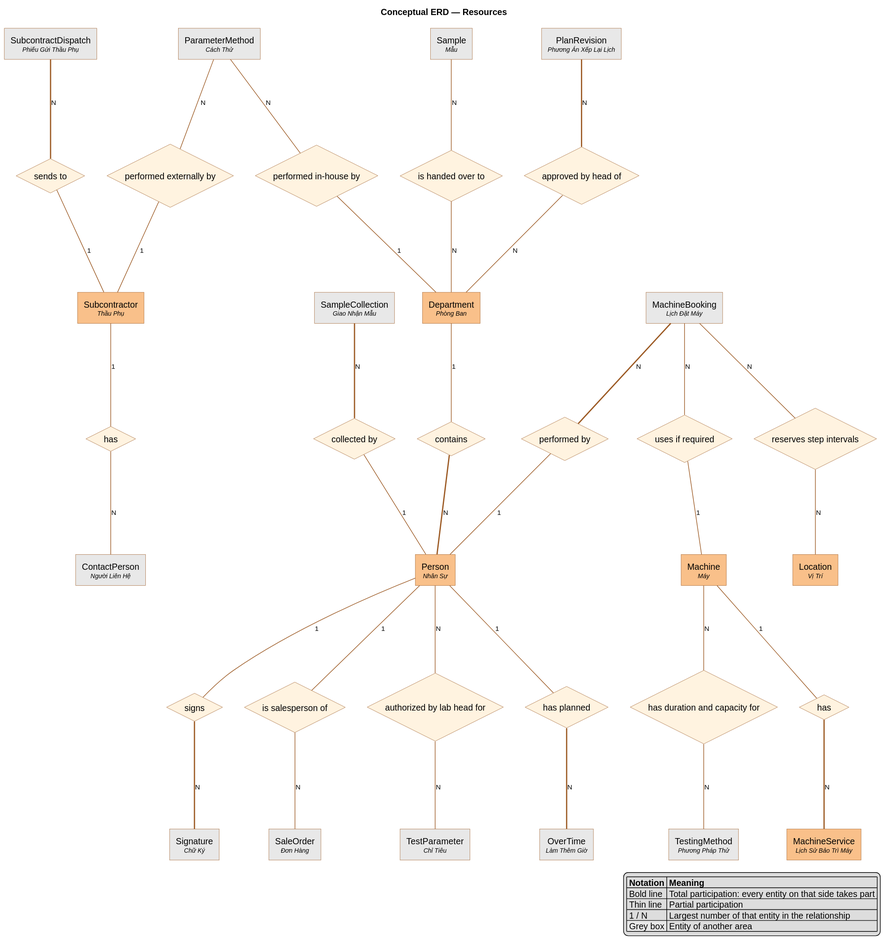
This is docs/reports/erd-diagram/conceptual-resources.svg from SoltuneMontepre/medilab, a PlantUML export, as it was before one commit.
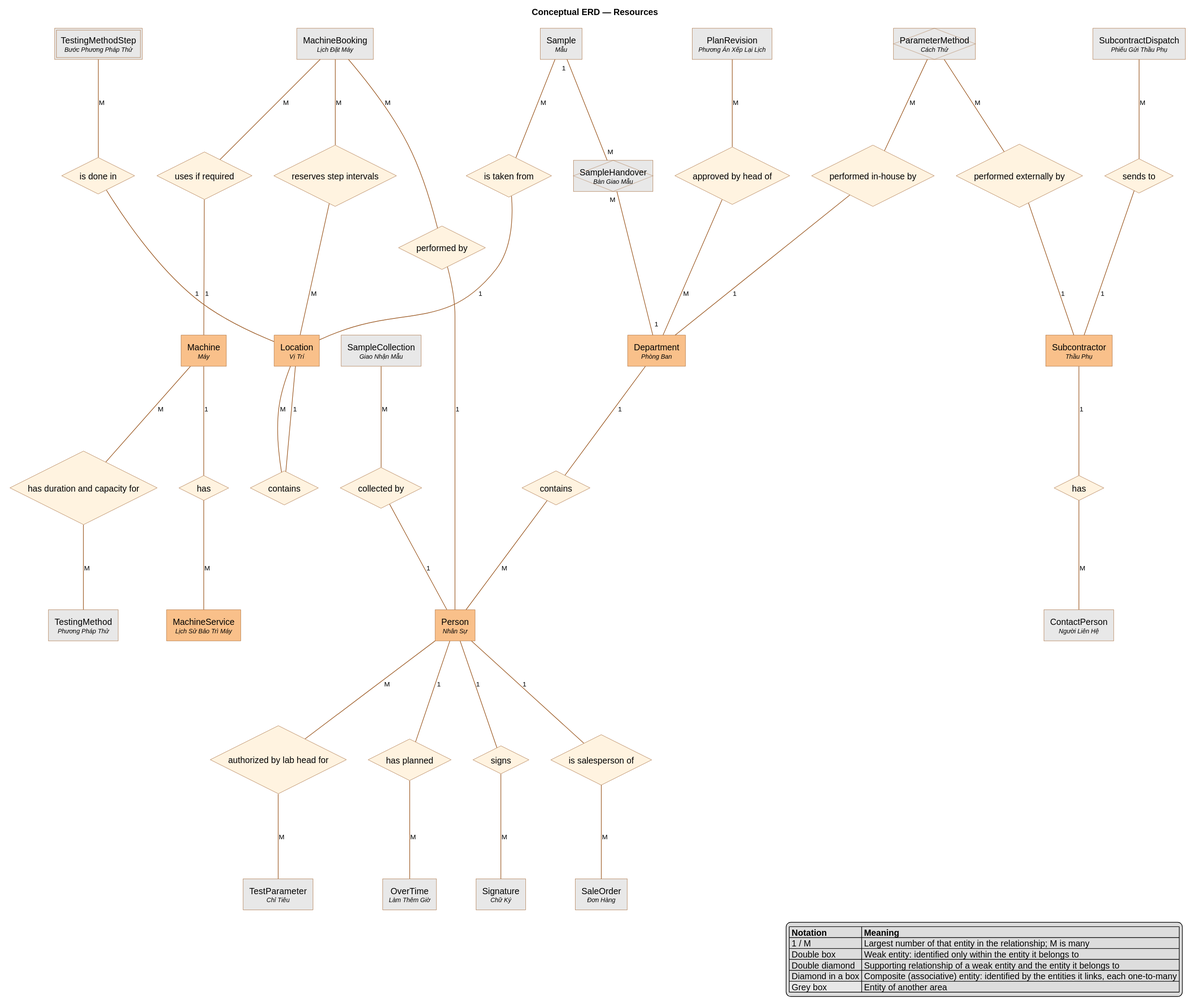
The same file after the commit.

The edit, as a diff of the source:
```diff
@@ -11,109 +11,124 @@
 }
 entity "TestingMethod\n<size:10><i>Phương Pháp Thử</i></size>" as E3 <<ext>> {
 }
-entity "Department\n<size:10><i>Phòng Ban</i></size>" as E4 {
+entity "TestingMethodStep\n<size:10><i>Bước Phương Pháp Thử</i></size>" as E4 <<weak>> <<ext>> {
 }
-entity "Person\n<size:10><i>Nhân Sự</i></size>" as E5 {
+entity "Department\n<size:10><i>Phòng Ban</i></size>" as E5 {
 }
-entity "Machine\n<size:10><i>Máy</i></size>" as E6 {
+entity "Person\n<size:10><i>Nhân Sự</i></size>" as E6 {
 }
-entity "MachineService\n<size:10><i>Lịch Sử Bảo Trì Máy</i></size>" as E7 {
+entity "Machine\n<size:10><i>Máy</i></size>" as E7 {
 }
-entity "Location\n<size:10><i>Vị Trí</i></size>" as E8 {
+entity "MachineService\n<size:10><i>Lịch Sử Bảo Trì Máy</i></size>" as E8 {
 }
-entity "Subcontractor\n<size:10><i>Thầu Phụ</i></size>" as E9 {
+entity "Location\n<size:10><i>Vị Trí</i></size>" as E9 {
 }
-entity "MachineBooking\n<size:10><i>Lịch Đặt Máy</i></size>" as E10 <<ext>> {
+entity "Subcontractor\n<size:10><i>Thầu Phụ</i></size>" as E10 {
 }
-entity "PlanRevision\n<size:10><i>Phương Án Xếp Lại Lịch</i></size>" as E11 <<ext>> {
+entity "MachineBooking\n<size:10><i>Lịch Đặt Máy</i></size>" as E11 <<ext>> {
 }
-entity "OverTime\n<size:10><i>Làm Thêm Giờ</i></size>" as E12 <<ext>> {
+entity "PlanRevision\n<size:10><i>Phương Án Xếp Lại Lịch</i></size>" as E12 <<ext>> {
 }
-entity "SubcontractDispatch\n<size:10><i>Phiếu Gửi Thầu Phụ</i></size>" as E13 <<ext>> {
+entity "OverTime\n<size:10><i>Làm Thêm Giờ</i></size>" as E13 <<ext>> {
 }
-entity "SampleCollection\n<size:10><i>Giao Nhận Mẫu</i></size>" as E14 <<ext>> {
+entity "SubcontractDispatch\n<size:10><i>Phiếu Gửi Thầu Phụ</i></size>" as E14 <<ext>> {
 }
-entity "Sample\n<size:10><i>Mẫu</i></size>" as E15 <<ext>> {
+entity "SampleCollection\n<size:10><i>Giao Nhận Mẫu</i></size>" as E15 <<ext>> {
 }
-entity "Signature\n<size:10><i>Chữ Ký</i></size>" as E16 <<ext>> {
+entity "Sample\n<size:10><i>Mẫu</i></size>" as E16 <<ext>> {
 }
-entity "ContactPerson\n<size:10><i>Người Liên Hệ</i></size>" as E17 <<ext>> {
+entity "SampleHandover\n<size:10><i>Bàn Giao Mẫu</i></size>" as E17 <<ext>> {
 }
-entity "SaleOrder\n<size:10><i>Đơn Hàng</i></size>" as E18 <<ext>> {
+entity "Signature\n<size:10><i>Chữ Ký</i></size>" as E18 <<ext>> {
+}
+entity "ContactPerson\n<size:10><i>Người Liên Hệ</i></size>" as E19 <<ext>> {
+}
+entity "SaleOrder\n<size:10><i>Đơn Hàng</i></size>" as E20 <<ext>> {
 }
 relationship "performed in-house by" as R1 <<rel>> {
 }
 relationship "performed externally by" as R2 <<rel>> {
 }
-relationship "contains" as R3 <<rel>> {
+relationship "is taken from" as R3 <<rel>> {
 }
-relationship "authorized by lab head for" as R4 <<rel>> {
+relationship "contains" as R4 <<rel>> {
 }
-relationship "performed by" as R5 <<rel>> {
+relationship "authorized by lab head for" as R5 <<rel>> {
 }
-relationship "uses if required" as R6 <<rel>> {
+relationship "performed by" as R6 <<rel>> {
 }
-relationship "has duration and capacity for" as R7 <<rel>> {
+relationship "uses if required" as R7 <<rel>> {
 }
-relationship "reserves step intervals" as R8 <<rel>> {
+relationship "has duration and capacity for" as R8 <<rel>> {
 }
-relationship "approved by head of" as R9 <<rel>> {
+relationship "reserves step intervals" as R9 <<rel>> {
 }
-relationship "sends to" as R10 <<rel>> {
+relationship "approved by head of" as R10 <<rel>> {
 }
-relationship "has" as R11 <<rel>> {
+relationship "sends to" as R11 <<rel>> {
 }
-relationship "has planned" as R12 <<rel>> {
+relationship "has" as R12 <<rel>> {
 }
-relationship "collected by" as R13 <<rel>> {
+relationship "has planned" as R13 <<rel>> {
 }
-relationship "has" as R14 <<rel>> {
+relationship "collected by" as R14 <<rel>> {
 }
-relationship "signs" as R15 <<rel>> {
+relationship "has" as R15 <<rel>> {
 }
-relationship "is handed over to" as R16 <<rel>> {
+relationship "signs" as R16 <<rel>> {
 }
-relationship "is salesperson of" as R17 <<rel>> {
+relationship "is salesperson of" as R18 <<rel>> {
 }
-E2 -N- R1
-R1 -1- E4
-E2 -N- R2
-R2 -1- E9
-E4 -1- R3
-R3 =N= E5
-E5 -N- R4
-R4 -N- E1
-E10 =N= R5
-R5 -1- E5
-E10 -N- R6
+relationship "is done in" as R19 <<rel>> {
+}
+relationship "contains" as R20 <<rel>> {
+}
+E2 -M- R1
+R1 -1- E5
+E2 -M- R2
+R2 -1- E10
+E16 -M- R3
+R3 -1- E9
+E5 -1- R4
+R4 -M- E6
+E6 -M- R5
+R5 -M- E1
+E11 -M- R6
 R6 -1- E6
-E6 -N- R7
-R7 -N- E3
-E10 -N- R8
-R8 -N- E8
-E11 =N= R9
-R9 -N- E4
-E13 =N= R10
-R10 -1- E9
-E6 -1- R11
-R11 =N= E7
-E5 -1- R12
-R12 =N= E12
-E14 =N= R13
-R13 -1- E5
-E9 -1- R14
-R14 -N- E17
-E5 -1- R15
-R15 =N= E16
-E15 -N- R16
-R16 -N- E4
-E5 -1- R17
-R17 -N- E18
+E11 -M- R7
+R7 -1- E7
+E7 -M- R8
+R8 -M- E3
+E11 -M- R9
+R9 -M- E9
+E12 -M- R10
+R10 -M- E5
+E14 -M- R11
+R11 -1- E10
+E7 -1- R12
+R12 -M- E8
+E6 -1- R13
+R13 -M- E13
+E15 -M- R14
+R14 -1- E6
+E10 -1- R15
+R15 -M- E19
+E6 -1- R16
+R16 -M- E18
+E16 -- E17
+E17 -- E5
+E6 -1- R18
+R18 -M- E20
+E4 -M- R19
+R19 -1- E9
+E9 -1- R20
+R20 -M- E9
 legend right
 |= Notation |= Meaning |
-| Bold line | Total participation: every entity on that side takes part |
-| Thin line | Partial participation |
-| 1 / N | Largest number of that entity in the relationship |
+| 1 / M | Largest number of that entity in the relationship; M is many |
+| Double box | Weak entity: identified only within the entity it belongs to |
+| Double diamond | Supporting relationship of a weak entity and the entity it belongs to |
+| Diamond in a box | Composite (associative) entity: identified by the entities it links, each one-to-many |
 |<#E8E8E8> Grey box | Entity of another area |
 endlegend
 @endchen
```
